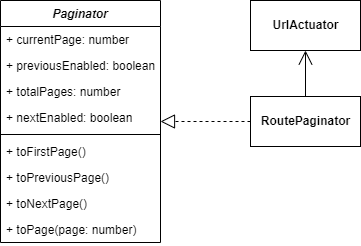
The draw.io diagram .gitbook/assets/pagination_frontend_class.drawio.png in Bernardo-MG/development-docs-architecture, before a commit. Source tidied: cells renumbered, new cells last; positions are measured from the earlier drawing's top-left corner, leaving out a move shared by most shapes. Its diagram source:
```xml
<mxGraphModel>
  <root>
    <mxCell id="0" />
    <mxCell id="1" parent="0" />
    <mxCell id="2" value="Paginator" style="swimlane;fontStyle=3;align=center;verticalAlign=top;horizontal=1;startSize=26;" parent="1" vertex="1">
      <mxGeometry width="160" height="242" as="geometry" />
    </mxCell>
    <mxCell id="3" value="+ currentPage: number" style="text;strokeColor=none;fillColor=none;align=left;verticalAlign=top;spacingLeft=4;spacingRight=4;overflow=hidden;" parent="2" vertex="1">
      <mxGeometry y="26" width="160" height="26" as="geometry" />
    </mxCell>
    <mxCell id="4" value="+ previousEnabled: boolean" style="text;strokeColor=none;fillColor=none;align=left;verticalAlign=top;spacingLeft=4;spacingRight=4;overflow=hidden;" parent="2" vertex="1">
      <mxGeometry y="52" width="160" height="26" as="geometry" />
    </mxCell>
    <mxCell id="5" value="+ totalPages: number" style="text;strokeColor=none;fillColor=none;align=left;verticalAlign=top;spacingLeft=4;spacingRight=4;overflow=hidden;" parent="2" vertex="1">
      <mxGeometry y="78" width="160" height="26" as="geometry" />
    </mxCell>
    <mxCell id="6" value="+ nextEnabled: boolean" style="text;strokeColor=none;fillColor=none;align=left;verticalAlign=top;spacingLeft=4;spacingRight=4;overflow=hidden;" parent="2" vertex="1">
      <mxGeometry y="104" width="160" height="26" as="geometry" />
    </mxCell>
    <mxCell id="7" style="line;strokeWidth=1;fillColor=none;align=left;verticalAlign=middle;spacingTop=-1;spacingLeft=3;spacingRight=3;labelPosition=right;" parent="2" vertex="1">
      <mxGeometry y="130" width="160" height="8" as="geometry" />
    </mxCell>
    <mxCell id="8" value="+ toFirstPage()" style="text;strokeColor=none;fillColor=none;align=left;verticalAlign=top;spacingLeft=4;spacingRight=4;overflow=hidden;" parent="2" vertex="1">
      <mxGeometry y="138" width="160" height="26" as="geometry" />
    </mxCell>
    <mxCell id="9" value="+ toPreviousPage()" style="text;strokeColor=none;fillColor=none;align=left;verticalAlign=top;spacingLeft=4;spacingRight=4;overflow=hidden;" parent="2" vertex="1">
      <mxGeometry y="164" width="160" height="26" as="geometry" />
    </mxCell>
    <mxCell id="10" value="+ toNextPage()" style="text;strokeColor=none;fillColor=none;align=left;verticalAlign=top;spacingLeft=4;spacingRight=4;overflow=hidden;" parent="2" vertex="1">
      <mxGeometry y="190" width="160" height="26" as="geometry" />
    </mxCell>
    <mxCell id="11" value="+ toPage(page: number)" style="text;strokeColor=none;fillColor=none;align=left;verticalAlign=top;spacingLeft=4;spacingRight=4;overflow=hidden;" parent="2" vertex="1">
      <mxGeometry y="216" width="160" height="26" as="geometry" />
    </mxCell>
    <mxCell id="12" value="&lt;span&gt;RoutePaginator&lt;/span&gt;" style="html=1;fontStyle=1;" parent="1" vertex="1">
      <mxGeometry x="250" y="96" width="110" height="50" as="geometry" />
    </mxCell>
    <mxCell id="13" style="endArrow=block;dashed=1;endFill=0;endSize=12;html=1;rounded=0;" parent="1" edge="1" source="12" target="2">
      <mxGeometry relative="1" as="geometry" />
    </mxCell>
    <mxCell id="14" value="&lt;b&gt;UrlActuator&lt;/b&gt;" style="html=1;" parent="1" vertex="1">
      <mxGeometry x="250" width="110" height="50" as="geometry" />
    </mxCell>
    <mxCell id="15" style="endArrow=open;endFill=1;endSize=12;html=1;rounded=0;" parent="1" edge="1" source="12" target="14">
      <mxGeometry relative="1" as="geometry" />
    </mxCell>
  </root>
</mxGraphModel>
```
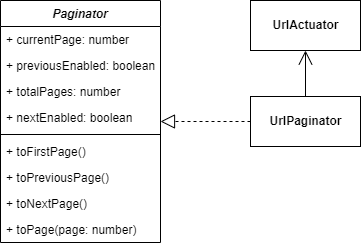
The same diagram one commit later.

Diff of the diagram source:
```diff
@@ -32,7 +32,7 @@
     <mxCell id="11" value="+ toPage(page: number)" style="text;strokeColor=none;fillColor=none;align=left;verticalAlign=top;spacingLeft=4;spacingRight=4;overflow=hidden;" parent="2" vertex="1">
       <mxGeometry y="216" width="160" height="26" as="geometry" />
     </mxCell>
-    <mxCell id="12" value="&lt;span&gt;RoutePaginator&lt;/span&gt;" style="html=1;fontStyle=1;" parent="1" vertex="1">
+    <mxCell id="12" value="&lt;span&gt;UrlPaginator&lt;/span&gt;" style="html=1;fontStyle=1;" parent="1" vertex="1">
       <mxGeometry x="250" y="96" width="110" height="50" as="geometry" />
     </mxCell>
     <mxCell id="13" style="endArrow=block;dashed=1;endFill=0;endSize=12;html=1;rounded=0;" parent="1" edge="1" source="12" target="2">
```
